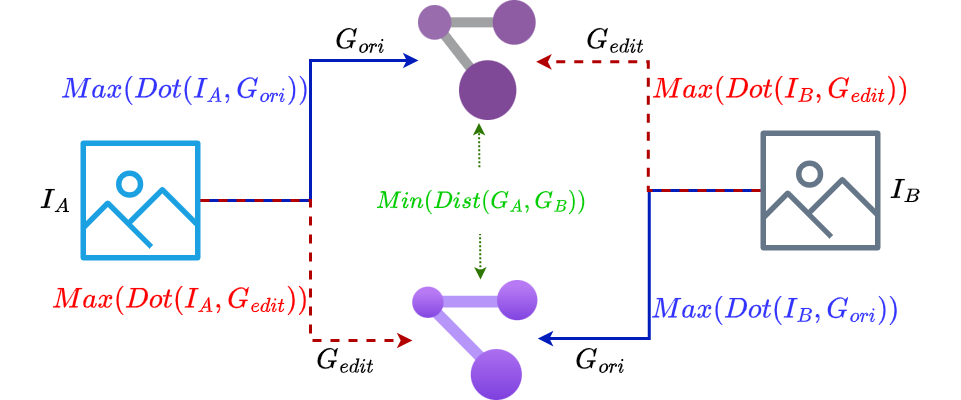
Above: Images/CrossEncoder/idea2.png in PDD0911-HCMUS/SG-Retrieval (draw.io), before the change. Source tidied: cells renumbered, new cells last; positions are measured from the earlier drawing's top-left corner, leaving out a move shared by most shapes. The source it was exported from:
```xml
<mxGraphModel math="1">
  <root>
    <mxCell id="0" />
    <mxCell id="1" parent="0" />
    <mxCell id="2" style="sketch=0;outlineConnect=0;fillColor=#1ba1e2;strokeColor=#006EAF;dashed=0;verticalLabelPosition=bottom;verticalAlign=top;align=center;html=1;fontSize=12;fontStyle=0;shape=mxgraph.aws4.container_registry_image;fontColor=#ffffff;" parent="1" vertex="1">
      <mxGeometry x="80" y="140" width="120" height="120" as="geometry" />
    </mxCell>
    <mxCell id="3" style="outlineConnect=0;fillColor=#647687;strokeColor=#314354;verticalLabelPosition=bottom;verticalAlign=top;align=center;html=1;fontSize=12;fontStyle=0;shape=mxgraph.aws4.container_registry_image;fontColor=#ffffff;fillStyle=auto;shadow=0;" parent="1" vertex="1">
      <mxGeometry x="760" y="130" width="120" height="120" as="geometry" />
    </mxCell>
    <mxCell id="4" style="image;sketch=0;html=1;points=[];align=center;fontSize=12;image=img/lib/mscae/Resource_Graph_Explorer.svg;" parent="1" vertex="1">
      <mxGeometry x="418" width="117.6" height="120" as="geometry" />
    </mxCell>
    <mxCell id="5" style="image;html=1;points=[];align=center;fontSize=12;image=img/lib/azure2/management_governance/Resource_Graph_Explorer.svg;" parent="1" vertex="1">
      <mxGeometry x="412" y="280" width="125.6" height="120" as="geometry" />
    </mxCell>
    <mxCell id="6" style="edgeStyle=orthogonalEdgeStyle;rounded=0;jettySize=auto;html=1;entryX=0;entryY=0.5;entryDx=0;entryDy=0;entryPerimeter=0;fillColor=#0050ef;strokeColor=#001DBC;strokeWidth=3;" parent="1" edge="1" source="2" target="4">
      <mxGeometry relative="1" as="geometry">
        <Array as="points">
          <mxPoint x="310" y="200" />
          <mxPoint x="310" y="60" />
        </Array>
      </mxGeometry>
    </mxCell>
    <mxCell id="7" style="edgeStyle=orthogonalEdgeStyle;rounded=0;jettySize=auto;html=1;entryX=0;entryY=0.5;entryDx=0;entryDy=0;entryPerimeter=0;fillColor=#e51400;strokeColor=#B20000;strokeWidth=3;dashed=1;" parent="1" edge="1" source="2" target="5">
      <mxGeometry relative="1" as="geometry">
        <Array as="points">
          <mxPoint x="310" y="200" />
          <mxPoint x="310" y="340" />
        </Array>
      </mxGeometry>
    </mxCell>
    <mxCell id="8" style="edgeStyle=orthogonalEdgeStyle;rounded=0;jettySize=auto;html=1;entryX=0.997;entryY=0.484;entryDx=0;entryDy=0;entryPerimeter=0;fillColor=#0050ef;strokeColor=#001DBC;strokeWidth=3;" parent="1" edge="1" source="3" target="5">
      <mxGeometry relative="1" as="geometry" />
    </mxCell>
    <mxCell id="9" style="edgeStyle=orthogonalEdgeStyle;rounded=0;jettySize=auto;html=1;entryX=1;entryY=0.511;entryDx=0;entryDy=0;entryPerimeter=0;fillColor=#e51400;strokeColor=#B20000;strokeWidth=3;dashed=1;" parent="1" edge="1" source="3" target="4">
      <mxGeometry relative="1" as="geometry" />
    </mxCell>
    <mxCell id="10" style="endArrow=classic;startArrow=classic;html=1;rounded=0;entryX=0.514;entryY=1.021;entryDx=0;entryDy=0;entryPerimeter=0;dashed=1;dashPattern=1 1;strokeWidth=2;fillColor=#60a917;strokeColor=#2D7600;" parent="1" edge="1" target="4">
      <mxGeometry relative="1" as="geometry">
        <mxPoint x="480" y="279" as="sourcePoint" />
      </mxGeometry>
    </mxCell>
    <mxCell id="11" value="&lt;span style=&quot;color: rgb(0, 204, 0);&quot;&gt;$$Min(Dist(G_A,G_B))$$&lt;/span&gt;" style="edgeLabel;html=1;align=center;verticalAlign=middle;fontSize=20;labelBackgroundColor=default;spacing=2;" parent="10" vertex="1">
      <mxGeometry y="3" relative="1" as="geometry">
        <mxPoint x="4" as="offset" />
      </mxGeometry>
    </mxCell>
    <mxCell id="12" value="&lt;span style=&quot;font-size: 24px;&quot;&gt;$$G_{ori}$$&lt;/span&gt;" style="text;html=1;align=center;verticalAlign=middle;strokeColor=none;fillColor=none;" parent="1" vertex="1">
      <mxGeometry x="285" y="20" width="150" height="40" as="geometry" />
    </mxCell>
    <mxCell id="13" value="&lt;span style=&quot;font-size: 24px;&quot;&gt;$$G_{edit}$$&lt;/span&gt;" style="text;html=1;align=center;verticalAlign=middle;strokeColor=none;fillColor=none;" parent="1" vertex="1">
      <mxGeometry x="265" y="340" width="160" height="40" as="geometry" />
    </mxCell>
    <mxCell id="14" value="&lt;span style=&quot;font-size: 24px;&quot;&gt;$$G_{ori}$$&lt;/span&gt;" style="text;html=1;align=center;verticalAlign=middle;strokeColor=none;fillColor=none;" parent="1" vertex="1">
      <mxGeometry x="525" y="340" width="150" height="40" as="geometry" />
    </mxCell>
    <mxCell id="15" value="&lt;span style=&quot;font-size: 24px;&quot;&gt;$$G_{edit}$$&lt;/span&gt;" style="text;html=1;align=center;verticalAlign=middle;strokeColor=none;fillColor=none;" parent="1" vertex="1">
      <mxGeometry x="535" y="20" width="160" height="40" as="geometry" />
    </mxCell>
    <mxCell id="16" value="&lt;span style=&quot;font-size: 24px;&quot;&gt;$$Max(Dot(I_A,G_{ori}))$$&lt;/span&gt;" style="text;html=1;align=center;verticalAlign=middle;strokeColor=none;fillColor=none;fontColor=#3333FF;" parent="1" vertex="1">
      <mxGeometry x="30" y="70" width="310" height="40" as="geometry" />
    </mxCell>
    <mxCell id="17" value="&lt;span style=&quot;font-size: 24px;&quot;&gt;$$Max(Dot(I_A,G_{edit}))$$&lt;/span&gt;" style="text;html=1;align=center;verticalAlign=middle;strokeColor=none;fillColor=none;fontColor=#FF0000;" parent="1" vertex="1">
      <mxGeometry x="20" y="280" width="320" height="40" as="geometry" />
    </mxCell>
    <mxCell id="18" value="&lt;span style=&quot;font-size: 24px;&quot;&gt;$$Max(Dot(I_B,G_{ori}))$$&lt;/span&gt;" style="text;html=1;align=center;verticalAlign=middle;strokeColor=none;fillColor=none;fontColor=#3333FF;" parent="1" vertex="1">
      <mxGeometry x="620" y="290" width="310" height="40" as="geometry" />
    </mxCell>
    <mxCell id="19" value="&lt;span style=&quot;font-size: 24px;&quot;&gt;$$Max(Dot(I_B,G_{edit}))$$&lt;/span&gt;" style="text;html=1;align=center;verticalAlign=middle;strokeColor=none;fillColor=none;fontColor=#FF0000;" parent="1" vertex="1">
      <mxGeometry x="620" y="70" width="320" height="40" as="geometry" />
    </mxCell>
    <mxCell id="20" value="$$I_A$$" style="text;html=1;align=center;verticalAlign=middle;strokeColor=none;fillColor=none;fontSize=24;" parent="1" vertex="1">
      <mxGeometry y="180" width="110" height="40" as="geometry" />
    </mxCell>
    <mxCell id="21" value="$$I_B$$" style="text;html=1;align=center;verticalAlign=middle;strokeColor=none;fillColor=none;fontSize=24;" parent="1" vertex="1">
      <mxGeometry x="850" y="170" width="110" height="40" as="geometry" />
    </mxCell>
  </root>
</mxGraphModel>
```
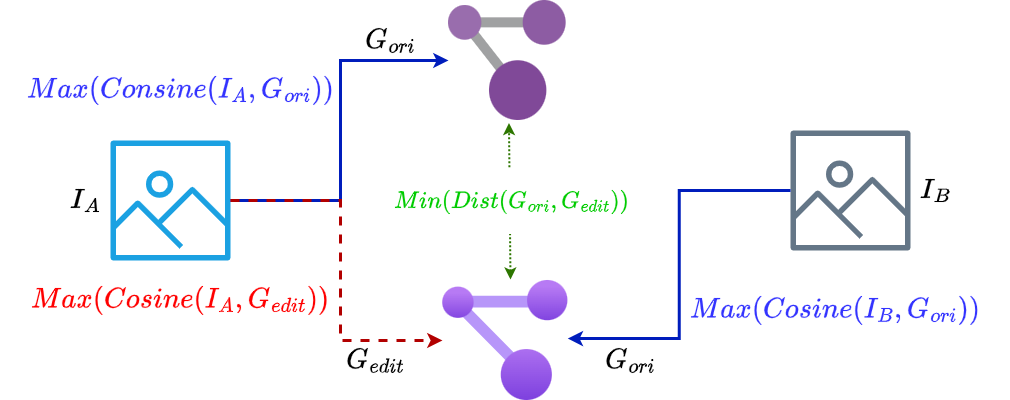
Above is the later version.

What changed in the source:
```diff
@@ -33,15 +33,12 @@
     <mxCell id="8" style="edgeStyle=orthogonalEdgeStyle;rounded=0;jettySize=auto;html=1;entryX=0.997;entryY=0.484;entryDx=0;entryDy=0;entryPerimeter=0;fillColor=#0050ef;strokeColor=#001DBC;strokeWidth=3;" parent="1" edge="1" source="3" target="5">
       <mxGeometry relative="1" as="geometry" />
     </mxCell>
-    <mxCell id="9" style="edgeStyle=orthogonalEdgeStyle;rounded=0;jettySize=auto;html=1;entryX=1;entryY=0.511;entryDx=0;entryDy=0;entryPerimeter=0;fillColor=#e51400;strokeColor=#B20000;strokeWidth=3;dashed=1;" parent="1" edge="1" source="3" target="4">
-      <mxGeometry relative="1" as="geometry" />
-    </mxCell>
     <mxCell id="10" style="endArrow=classic;startArrow=classic;html=1;rounded=0;entryX=0.514;entryY=1.021;entryDx=0;entryDy=0;entryPerimeter=0;dashed=1;dashPattern=1 1;strokeWidth=2;fillColor=#60a917;strokeColor=#2D7600;" parent="1" edge="1" target="4">
       <mxGeometry relative="1" as="geometry">
         <mxPoint x="480" y="279" as="sourcePoint" />
       </mxGeometry>
     </mxCell>
-    <mxCell id="11" value="&lt;span style=&quot;color: rgb(0, 204, 0);&quot;&gt;$$Min(Dist(G_A,G_B))$$&lt;/span&gt;" style="edgeLabel;html=1;align=center;verticalAlign=middle;fontSize=20;labelBackgroundColor=default;spacing=2;" parent="10" vertex="1">
+    <mxCell id="11" value="&lt;span style=&quot;color: rgb(0, 204, 0);&quot;&gt;$$Min(Dist(G_{ori},G_{edit}))$$&lt;/span&gt;" style="edgeLabel;html=1;align=center;verticalAlign=middle;fontSize=20;labelBackgroundColor=default;spacing=2;" parent="10" vertex="1">
       <mxGeometry y="3" relative="1" as="geometry">
         <mxPoint x="4" as="offset" />
       </mxGeometry>
@@ -55,21 +52,15 @@
     <mxCell id="14" value="&lt;span style=&quot;font-size: 24px;&quot;&gt;$$G_{ori}$$&lt;/span&gt;" style="text;html=1;align=center;verticalAlign=middle;strokeColor=none;fillColor=none;" parent="1" vertex="1">
       <mxGeometry x="525" y="340" width="150" height="40" as="geometry" />
     </mxCell>
-    <mxCell id="15" value="&lt;span style=&quot;font-size: 24px;&quot;&gt;$$G_{edit}$$&lt;/span&gt;" style="text;html=1;align=center;verticalAlign=middle;strokeColor=none;fillColor=none;" parent="1" vertex="1">
-      <mxGeometry x="535" y="20" width="160" height="40" as="geometry" />
-    </mxCell>
-    <mxCell id="16" value="&lt;span style=&quot;font-size: 24px;&quot;&gt;$$Max(Dot(I_A,G_{ori}))$$&lt;/span&gt;" style="text;html=1;align=center;verticalAlign=middle;strokeColor=none;fillColor=none;fontColor=#3333FF;" parent="1" vertex="1">
-      <mxGeometry x="30" y="70" width="310" height="40" as="geometry" />
+    <mxCell id="16" value="&lt;span style=&quot;font-size: 24px;&quot;&gt;$$Max(Consine(I_A,G_{ori}))$$&lt;/span&gt;" style="text;html=1;align=center;verticalAlign=middle;strokeColor=none;fillColor=none;fontColor=#3333FF;" parent="1" vertex="1">
+      <mxGeometry x="-30" y="70" width="360" height="40" as="geometry" />
     </mxCell>
-    <mxCell id="17" value="&lt;span style=&quot;font-size: 24px;&quot;&gt;$$Max(Dot(I_A,G_{edit}))$$&lt;/span&gt;" style="text;html=1;align=center;verticalAlign=middle;strokeColor=none;fillColor=none;fontColor=#FF0000;" parent="1" vertex="1">
-      <mxGeometry x="20" y="280" width="320" height="40" as="geometry" />
+    <mxCell id="17" value="&lt;span style=&quot;font-size: 24px;&quot;&gt;$$Max(Cosine(I_A,G_{edit}))$$&lt;/span&gt;" style="text;html=1;align=center;verticalAlign=middle;strokeColor=none;fillColor=none;fontColor=#FF0000;" parent="1" vertex="1">
+      <mxGeometry x="-30" y="280" width="360" height="40" as="geometry" />
     </mxCell>
-    <mxCell id="18" value="&lt;span style=&quot;font-size: 24px;&quot;&gt;$$Max(Dot(I_B,G_{ori}))$$&lt;/span&gt;" style="text;html=1;align=center;verticalAlign=middle;strokeColor=none;fillColor=none;fontColor=#3333FF;" parent="1" vertex="1">
-      <mxGeometry x="620" y="290" width="310" height="40" as="geometry" />
+    <mxCell id="18" value="&lt;span style=&quot;font-size: 24px;&quot;&gt;$$Max(Cosine(I_B,G_{ori}))$$&lt;/span&gt;" style="text;html=1;align=center;verticalAlign=middle;strokeColor=none;fillColor=none;fontColor=#3333FF;" parent="1" vertex="1">
+      <mxGeometry x="630" y="290" width="350" height="40" as="geometry" />
     </mxCell>
-    <mxCell id="19" value="&lt;span style=&quot;font-size: 24px;&quot;&gt;$$Max(Dot(I_B,G_{edit}))$$&lt;/span&gt;" style="text;html=1;align=center;verticalAlign=middle;strokeColor=none;fillColor=none;fontColor=#FF0000;" parent="1" vertex="1">
-      <mxGeometry x="620" y="70" width="320" height="40" as="geometry" />
-    </mxCell>
     <mxCell id="20" value="$$I_A$$" style="text;html=1;align=center;verticalAlign=middle;strokeColor=none;fillColor=none;fontSize=24;" parent="1" vertex="1">
       <mxGeometry y="180" width="110" height="40" as="geometry" />
     </mxCell>
```
